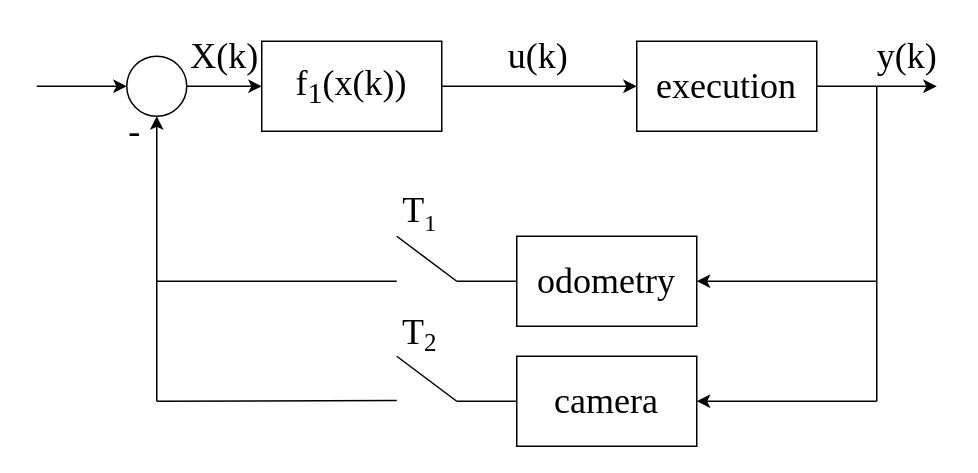
kemosabe564/simulation keeps this draw.io diagram as pics/block diagram/system model 2 sensors.drawio. Above is the earlier version. Source tidied: cells renumbered, new cells numbered last; positions are measured from the earlier drawing's top-left corner, leaving out a move shared by most shapes. Both pictures are drawn from the tidied source at 150%, with x=0, y=0 at pixel (36, 26).
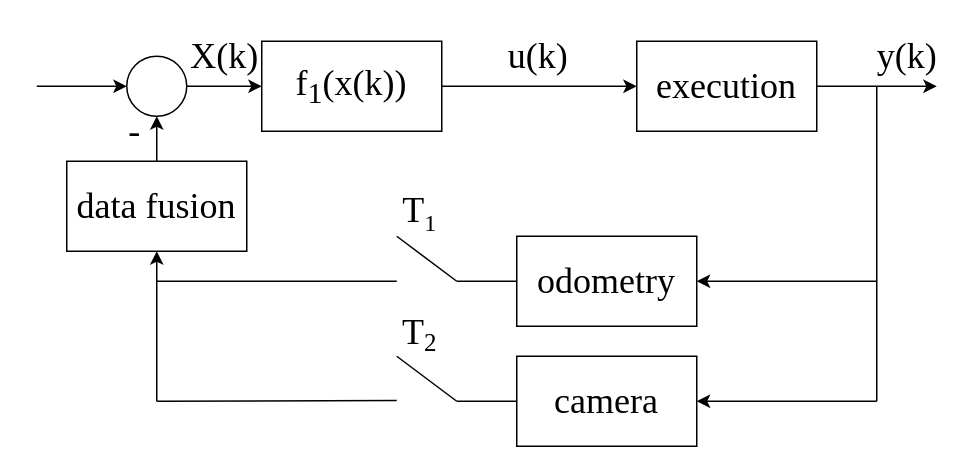
After the change.

Unchanged cells that the change refers to:
```xml
<mxCell id="22" style="ellipse;whiteSpace=wrap;html=1;fontFamily=Times New Roman;fontSize=16;" parent="1" vertex="1">
  <mxGeometry x="60" y="20" width="40" height="40" as="geometry" />
</mxCell>
```

What changed in the source:
```diff
@@
-    <mxCell id="23" style="endArrow=classic;html=1;rounded=0;fontFamily=Times New Roman;fontSize=16;entryX=0.5;entryY=1;entryDx=0;entryDy=0;" parent="1" edge="1" target="22">
+    <mxCell id="23" style="endArrow=classic;html=1;rounded=0;fontFamily=Times New Roman;fontSize=16;" parent="1" edge="1">
       <mxGeometry relative="1" as="geometry">
         <mxPoint x="80" y="250" as="sourcePoint" />
+        <mxPoint x="80" y="150" as="targetPoint" />
       </mxGeometry>
     </mxCell>
@@
+    <mxCell id="27" style="edgeStyle=orthogonalEdgeStyle;rounded=0;jettySize=auto;html=1;exitX=0.5;exitY=0;exitDx=0;exitDy=0;" parent="1" edge="1" source="28" target="22">
+      <mxGeometry relative="1" as="geometry" />
+    </mxCell>
+    <mxCell id="28" value="data fusion" style="rounded=0;whiteSpace=wrap;html=1;fontFamily=Times New Roman;fontSize=24;" parent="1" vertex="1">
+      <mxGeometry x="20" y="90" width="120" height="60" as="geometry" />
+    </mxCell>
```
